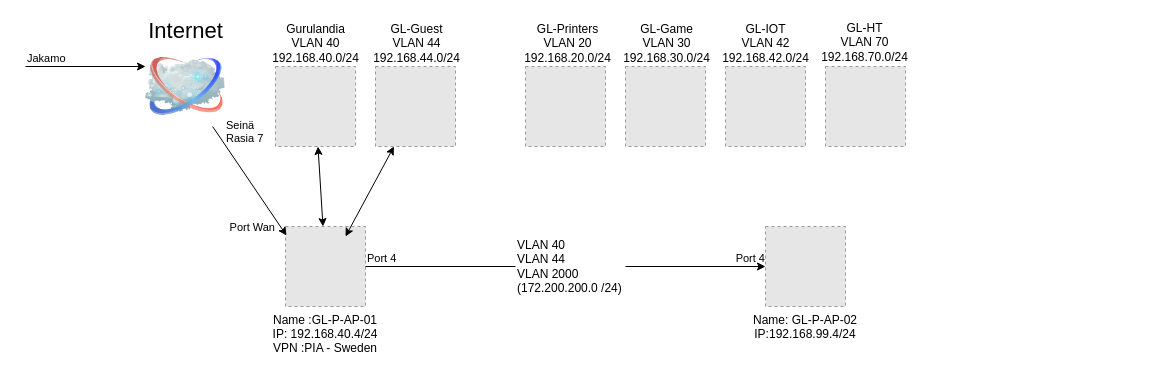
This is Gurulandia-Network.drawio from Harjanator/network-diagrams, a draw.io file, before an edit. Source tidied: cells renumbered, new cells numbered last; positions are measured from the earlier drawing's top-left corner, leaving out a move shared by most shapes. Both pictures are drawn from the tidied source at 100%, with x=0, y=0 at pixel (25, 46). Pictures stored in the file or linked from it are replaced by grey dashed boxes.
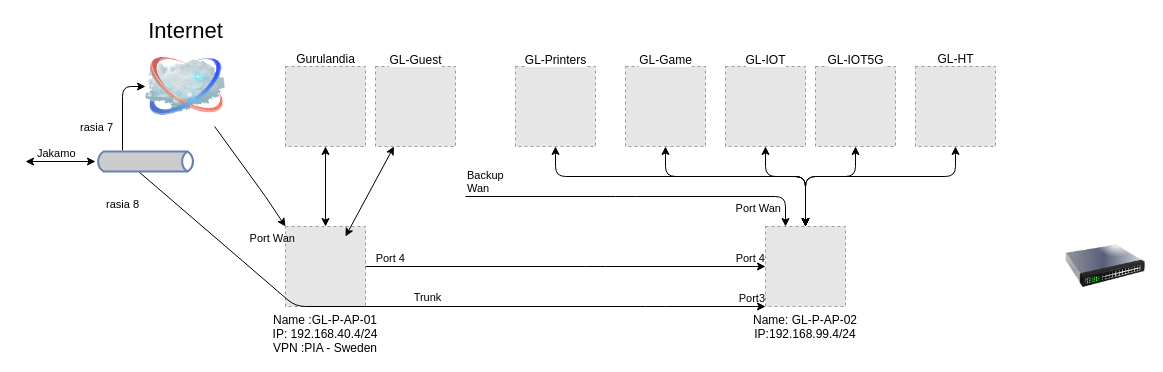
After the change.

The change refers to these unchanged cells:
```xml
<mxCell id="2" value="Name :GL-P-AP-01&#10;IP: 192.168.40.4/24&#10;VPN :PIA - Sweden" style="fillColor=#E6E6E6;strokeColor=#999999;dashed=1;verticalLabelPosition=bottom;labelBackgroundColor=default;verticalAlign=top;" parent="1" vertex="1">
  <mxGeometry x="260" y="180" width="80" height="80" as="geometry" />
</mxCell>
<mxCell id="3" value="Name: GL-P-AP-02&#10;IP:192.168.99.4/24" style="fillColor=#E6E6E6;strokeColor=#999999;dashed=1;verticalLabelPosition=bottom;labelBackgroundColor=default;verticalAlign=top;" parent="1" vertex="1">
  <mxGeometry x="740" y="180" width="80" height="80" as="geometry" />
</mxCell>
<mxCell id="11" value="Internet" style="image;html=1;labelBackgroundColor=#ffffff;image=img/lib/clip_art/networking/Cloud_128x128.png;rounded=1;shadow=0;comic=0;strokeWidth=2;fontSize=22;labelPosition=center;verticalLabelPosition=top;align=center;verticalAlign=bottom;" parent="1" vertex="1">
  <mxGeometry x="120" width="80" height="80" as="geometry" />
</mxCell>
```

What changed in the source:
```diff
@@
-    <mxCell id="4" value="Gurulandia&lt;br&gt;VLAN 40&lt;br&gt;192.168.40.0/24" style="fillColor=#E6E6E6;strokeColor=#999999;dashed=1;verticalLabelPosition=bottom;labelBackgroundColor=default;verticalAlign=top;html=1;" parent="1" vertex="1">
-      <mxGeometry x="250" y="20" width="80" height="80" as="geometry">
-        <mxPoint y="-131" as="offset" />
+    <mxCell id="4" value="Gurulandia" style="fillColor=#E6E6E6;strokeColor=#999999;dashed=1;verticalLabelPosition=bottom;labelBackgroundColor=default;verticalAlign=top;html=1;" parent="1" vertex="1">
+      <mxGeometry x="260" y="20" width="80" height="80" as="geometry">
+        <mxPoint y="-101" as="offset" />
       </mxGeometry>
     </mxCell>
-    <mxCell id="5" value="GL-Guest&lt;br&gt;VLAN 44&lt;br&gt;192.168.44.0/24" style="fillColor=#E6E6E6;strokeColor=#999999;dashed=1;verticalLabelPosition=bottom;labelBackgroundColor=default;verticalAlign=top;html=1;" parent="1" vertex="1">
+    <mxCell id="5" value="GL-Guest" style="fillColor=#E6E6E6;strokeColor=#999999;dashed=1;verticalLabelPosition=bottom;labelBackgroundColor=default;verticalAlign=top;html=1;" parent="1" vertex="1">
       <mxGeometry x="350" y="20" width="80" height="80" as="geometry">
-        <mxPoint x="1" y="-131" as="offset" />
+        <mxPoint y="-100" as="offset" />
       </mxGeometry>
     </mxCell>
+    <mxCell id="23" style="edgeStyle=orthogonalEdgeStyle;jumpStyle=none;jettySize=auto;html=1;entryX=0.5;entryY=0;entryDx=0;entryDy=0;startArrow=classic;startFill=1;exitX=0.5;exitY=1;exitDx=0;exitDy=0;snapToPoint=1;" parent="1" edge="1" source="6" target="3">
+      <mxGeometry relative="1" as="geometry">
+        <Array as="points">
+          <mxPoint x="530" y="130" />
+          <mxPoint x="780" y="130" />
+        </Array>
+      </mxGeometry>
+    </mxCell>
-    <mxCell id="6" value="GL-Printers&lt;br&gt;VLAN 20&lt;br&gt;192.168.20.0/24" style="fillColor=#E6E6E6;strokeColor=#999999;dashed=1;verticalLabelPosition=bottom;labelBackgroundColor=default;verticalAlign=top;html=1;" parent="1" vertex="1">
-      <mxGeometry x="500" y="20" width="80" height="80" as="geometry">
-        <mxPoint x="2" y="-131" as="offset" />
+    <mxCell id="6" value="GL-Printers" style="fillColor=#E6E6E6;strokeColor=#999999;dashed=1;verticalLabelPosition=bottom;labelBackgroundColor=default;verticalAlign=top;html=1;" parent="1" vertex="1">
+      <mxGeometry x="490" y="20" width="80" height="80" as="geometry">
+        <mxPoint y="-100" as="offset" />
       </mxGeometry>
     </mxCell>
+    <mxCell id="24" style="edgeStyle=orthogonalEdgeStyle;jumpStyle=none;jettySize=auto;html=1;entryX=0.5;entryY=0;entryDx=0;entryDy=0;startArrow=classic;startFill=1;endArrow=classic;endFill=1;" parent="1" edge="1" source="7" target="3">
+      <mxGeometry relative="1" as="geometry">
+        <Array as="points">
+          <mxPoint x="640" y="130" />
+          <mxPoint x="780" y="130" />
+        </Array>
+      </mxGeometry>
+    </mxCell>
-    <mxCell id="7" value="GL-Game&lt;br&gt;VLAN 30&lt;br&gt;192.168.30.0/24" style="fillColor=#E6E6E6;strokeColor=#999999;dashed=1;verticalLabelPosition=bottom;labelBackgroundColor=default;verticalAlign=top;html=1;" parent="1" vertex="1">
+    <mxCell id="7" value="GL-Game" style="fillColor=#E6E6E6;strokeColor=#999999;dashed=1;verticalLabelPosition=bottom;labelBackgroundColor=default;verticalAlign=top;html=1;" parent="1" vertex="1">
       <mxGeometry x="600" y="20" width="80" height="80" as="geometry">
-        <mxPoint x="1" y="-131" as="offset" />
+        <mxPoint y="-100" as="offset" />
       </mxGeometry>
     </mxCell>
+    <mxCell id="25" style="edgeStyle=orthogonalEdgeStyle;jumpStyle=none;jettySize=auto;html=1;startArrow=classic;startFill=1;endArrow=classic;endFill=1;" parent="1" edge="1" source="8">
+      <mxGeometry relative="1" as="geometry">
+        <mxPoint x="780" y="180" as="targetPoint" />
+        <Array as="points">
+          <mxPoint x="740" y="130" />
+          <mxPoint x="780" y="130" />
+        </Array>
+      </mxGeometry>
+    </mxCell>
-    <mxCell id="8" value="GL-IOT&lt;br&gt;VLAN 42&lt;br&gt;192.168.42.0/24" style="fillColor=#E6E6E6;strokeColor=#999999;dashed=1;verticalLabelPosition=bottom;labelBackgroundColor=default;verticalAlign=top;html=1;" parent="1" vertex="1">
+    <mxCell id="8" value="GL-IOT" style="fillColor=#E6E6E6;strokeColor=#999999;dashed=1;verticalLabelPosition=bottom;labelBackgroundColor=default;verticalAlign=top;html=1;" parent="1" vertex="1">
       <mxGeometry x="700" y="20" width="80" height="80" as="geometry">
-        <mxPoint y="-131" as="offset" />
+        <mxPoint y="-100" as="offset" />
       </mxGeometry>
     </mxCell>
+    <mxCell id="26" style="edgeStyle=orthogonalEdgeStyle;jumpStyle=none;jettySize=auto;html=1;exitX=0.5;exitY=1;exitDx=0;exitDy=0;startArrow=classic;startFill=1;endArrow=classic;endFill=1;" parent="1" edge="1" source="9" target="3">
+      <mxGeometry relative="1" as="geometry">
+        <Array as="points">
+          <mxPoint x="930" y="130" />
+          <mxPoint x="780" y="130" />
+        </Array>
+      </mxGeometry>
+    </mxCell>
-    <mxCell id="9" value="GL-HT&lt;br&gt;VLAN 70&lt;br&gt;192.168.70.0/24" style="fillColor=#E6E6E6;strokeColor=#999999;dashed=1;verticalLabelPosition=bottom;labelBackgroundColor=default;verticalAlign=top;html=1;" parent="1" vertex="1">
-      <mxGeometry x="800" y="20" width="80" height="80" as="geometry">
-        <mxPoint x="-1" y="-132" as="offset" />
+    <mxCell id="9" value="GL-HT" style="fillColor=#E6E6E6;strokeColor=#999999;dashed=1;verticalLabelPosition=bottom;labelBackgroundColor=default;verticalAlign=top;html=1;" parent="1" vertex="1">
+      <mxGeometry x="890" y="20" width="80" height="80" as="geometry">
+        <mxPoint y="-101" as="offset" />
       </mxGeometry>
     </mxCell>
@@
-    <mxCell id="12" style="endArrow=classic;html=1;jumpStyle=none;entryX=0;entryY=0.25;entryDx=0;entryDy=0;" parent="1" edge="1" target="11">
+    <mxCell id="12" style="endArrow=classic;html=1;jumpStyle=none;startArrow=classic;startFill=1;entryX=0;entryY=0.5;entryDx=0;entryDy=0;entryPerimeter=0;" parent="1" edge="1" target="38">
       <mxGeometry relative="1" as="geometry">
-        <mxPoint y="20" as="sourcePoint" />
+        <mxPoint y="115" as="sourcePoint" />
       </mxGeometry>
     </mxCell>
     <mxCell id="13" value="Jakamo" style="edgeLabel;html=1;align=left;verticalAlign=bottom;labelBackgroundColor=none;sketch=0;strokeColor=default;" parent="12" vertex="1">
-      <mxGeometry x="-1" relative="1" as="geometry" />
+      <mxGeometry x="-1" relative="1" as="geometry">
+        <mxPoint x="10" as="offset" />
+      </mxGeometry>
     </mxCell>
-    <mxCell id="14" style="endArrow=classic;html=1;jumpStyle=none;entryX=0.013;entryY=0.113;entryDx=0;entryDy=0;entryPerimeter=0;" parent="1" edge="1" source="11" target="2">
-      <mxGeometry relative="1" as="geometry" />
+    <mxCell id="14" style="endArrow=classic;html=1;jumpStyle=none;entryX=0;entryY=0;entryDx=0;entryDy=0;" parent="1" edge="1" source="11" target="2">
+      <mxGeometry relative="1" as="geometry">
+        <Array as="points">
+          <mxPoint x="240" y="150" />
+        </Array>
+      </mxGeometry>
     </mxCell>
-    <mxCell id="15" value="Seinä&lt;br&gt;Rasia 7" style="edgeLabel;html=1;align=left;verticalAlign=bottom;labelBackgroundColor=none;sketch=0;strokeColor=default;" parent="14" vertex="1">
-      <mxGeometry x="-1" relative="1" as="geometry">
-        <mxPoint x="12" y="20" as="offset" />
-      </mxGeometry>
-    </mxCell>
     <mxCell id="16" value="Port Wan" style="edgeLabel;html=1;align=right;verticalAlign=bottom;labelBackgroundColor=none;sketch=0;strokeColor=default;" parent="14" vertex="1">
       <mxGeometry x="1" relative="1" as="geometry">
-        <mxPoint x="-11" as="offset" />
+        <mxPoint x="10" y="20" as="offset" />
       </mxGeometry>
     </mxCell>
@@
-    <mxCell id="18" style="endArrow=classic;html=1;jumpStyle=none;startArrow=none;" parent="1" edge="1" source="20" target="3">
-      <mxGeometry relative="1" as="geometry" />
+    <mxCell id="18" style="endArrow=classic;html=1;jumpStyle=none;startArrow=none;" parent="1" edge="1" source="2" target="3">
+      <mxGeometry relative="1" as="geometry">
+        <Array as="points">
+          <mxPoint x="570" y="220" />
+        </Array>
+      </mxGeometry>
     </mxCell>
@@
-    <mxCell id="20" value="VLAN&amp;nbsp;40&lt;br&gt;VLAN 44&amp;nbsp;&lt;br&gt;VLAN 2000 (172.200.200.0 /24)" style="text;html=1;strokeColor=none;fillColor=none;align=left;verticalAlign=middle;whiteSpace=wrap;rounded=0;labelBackgroundColor=none;sketch=0;" parent="1" vertex="1">
-      <mxGeometry x="490" y="205" width="110" height="30" as="geometry" />
-    </mxCell>
-    <mxCell id="21" style="endArrow=none;html=1;jumpStyle=none;" parent="1" edge="1" source="2" target="20">
-      <mxGeometry relative="1" as="geometry" />
-    </mxCell>
-    <mxCell id="22" value="Port 4" style="edgeLabel;html=1;align=left;verticalAlign=bottom;labelBackgroundColor=none;sketch=0;strokeColor=default;" parent="21" vertex="1">
-      <mxGeometry x="-1" relative="1" as="geometry" />
+    <mxCell id="22" value="Port 4" style="edgeLabel;html=1;align=right;verticalAlign=bottom;labelBackgroundColor=none;sketch=0;strokeColor=default;" parent="18" vertex="1">
+      <mxGeometry x="1" relative="1" as="geometry">
+        <mxPoint x="-360" as="offset" />
+      </mxGeometry>
     </mxCell>
+    <mxCell id="27" style="endArrow=classic;html=1;jumpStyle=none;entryX=0;entryY=1;entryDx=0;entryDy=0;exitX=0.43;exitY=1;exitDx=0;exitDy=5;exitPerimeter=0;" parent="1" edge="1" source="38" target="3">
+      <mxGeometry relative="1" as="geometry">
+        <Array as="points">
+          <mxPoint x="270" y="260" />
+          <mxPoint x="630" y="260" />
+        </Array>
+      </mxGeometry>
+    </mxCell>
+    <mxCell id="28" value="Trunk" style="edgeLabel;html=1;align=center;verticalAlign=middle;labelBackgroundColor=none;sketch=0;strokeColor=default;" parent="27" vertex="1">
+      <mxGeometry relative="1" as="geometry">
+        <mxPoint y="-10" as="offset" />
+      </mxGeometry>
+    </mxCell>
+    <mxCell id="29" value="Port3" style="edgeLabel;html=1;align=right;verticalAlign=bottom;labelBackgroundColor=none;sketch=0;strokeColor=default;" parent="27" vertex="1">
+      <mxGeometry x="1" relative="1" as="geometry" />
+    </mxCell>
+    <mxCell id="30" value="&lt;span style=&quot;text-align: left&quot;&gt;rasia 8&lt;/span&gt;" style="edgeLabel;html=1;align=center;verticalAlign=middle;labelBackgroundColor=none;sketch=0;strokeColor=default;" parent="27" vertex="1">
+      <mxGeometry relative="1" as="geometry">
+        <mxPoint x="-305" y="-103" as="offset" />
+      </mxGeometry>
+    </mxCell>
+    <mxCell id="31" value="&lt;span style=&quot;text-align: left&quot;&gt;rasia 7&lt;/span&gt;" style="edgeLabel;html=1;align=center;verticalAlign=middle;labelBackgroundColor=none;sketch=0;strokeColor=default;" parent="27" vertex="1">
+      <mxGeometry relative="1" as="geometry">
+        <mxPoint x="-331" y="-180" as="offset" />
+      </mxGeometry>
+    </mxCell>
+    <mxCell id="32" style="endArrow=classic;html=1;jumpStyle=none;entryX=0.25;entryY=0;entryDx=0;entryDy=0;" parent="1" edge="1" target="3">
+      <mxGeometry relative="1" as="geometry">
+        <mxPoint x="440" y="150" as="sourcePoint" />
+        <Array as="points">
+          <mxPoint x="600" y="150" />
+          <mxPoint x="760" y="150" />
+        </Array>
+      </mxGeometry>
+    </mxCell>
+    <mxCell id="33" value="Backup&lt;br&gt;Wan" style="edgeLabel;html=1;align=left;verticalAlign=bottom;labelBackgroundColor=none;sketch=0;strokeColor=default;" parent="32" vertex="1">
+      <mxGeometry x="-1" relative="1" as="geometry" />
+    </mxCell>
+    <mxCell id="34" value="Port Wan" style="edgeLabel;html=1;align=right;verticalAlign=bottom;labelBackgroundColor=none;sketch=0;strokeColor=default;" parent="32" vertex="1">
+      <mxGeometry x="1" relative="1" as="geometry">
+        <mxPoint x="-4" y="-10" as="offset" />
+      </mxGeometry>
+    </mxCell>
+    <mxCell id="35" style="edgeStyle=orthogonalEdgeStyle;jumpStyle=none;jettySize=auto;html=1;startArrow=classic;startFill=1;endArrow=classic;endFill=1;exitX=0.5;exitY=1;exitDx=0;exitDy=0;" parent="1" edge="1" source="36">
+      <mxGeometry relative="1" as="geometry">
+        <mxPoint x="780" y="180" as="targetPoint" />
+        <Array as="points">
+          <mxPoint x="830" y="130" />
+          <mxPoint x="780" y="130" />
+        </Array>
+      </mxGeometry>
+    </mxCell>
+    <mxCell id="36" value="GL-IOT5G" style="fillColor=#E6E6E6;strokeColor=#999999;dashed=1;verticalLabelPosition=bottom;labelBackgroundColor=default;verticalAlign=top;html=1;" parent="1" vertex="1">
+      <mxGeometry x="790" y="20" width="80" height="80" as="geometry">
+        <mxPoint y="-100" as="offset" />
+      </mxGeometry>
+    </mxCell>
+    <mxCell id="37" style="edgeStyle=orthogonalEdgeStyle;jumpStyle=none;jettySize=auto;html=1;startArrow=classic;startFill=1;endArrow=none;endFill=0;entryX=0.27;entryY=0;entryDx=0;entryDy=-6;entryPerimeter=0;exitX=0;exitY=0.5;exitDx=0;exitDy=0;" parent="1" edge="1" source="11" target="38">
+      <mxGeometry relative="1" as="geometry" />
+    </mxCell>
+    <mxCell id="38" style="html=1;outlineConnect=0;fillColor=#CCCCCC;strokeColor=#6881B3;gradientColor=none;gradientDirection=north;strokeWidth=2;shape=mxgraph.networks.bus;gradientColor=none;gradientDirection=north;fontColor=#ffffff;perimeter=backbonePerimeter;backboneSize=20;labelBackgroundColor=none;sketch=0;points=[[0,0.5,0,0,0],[0.27,0,0,0,-6],[0.27,1,0,0,5],[0.43,1,0,0,5],[0.59,1,0,0,5],[0.65,0,0,0,-6],[0.75,1,0,0,5],[0.97,1,0,0,1]];" parent="1" vertex="1">
+      <mxGeometry x="70" y="110" width="100" height="10" as="geometry" />
+    </mxCell>
+    <mxCell id="39" style="image;html=1;image=img/lib/clip_art/networking/Switch_128x128.png;labelBackgroundColor=none;sketch=0;strokeColor=default;" parent="1" vertex="1">
+      <mxGeometry x="1040" y="180" width="80" height="80" as="geometry" />
+    </mxCell>
```
